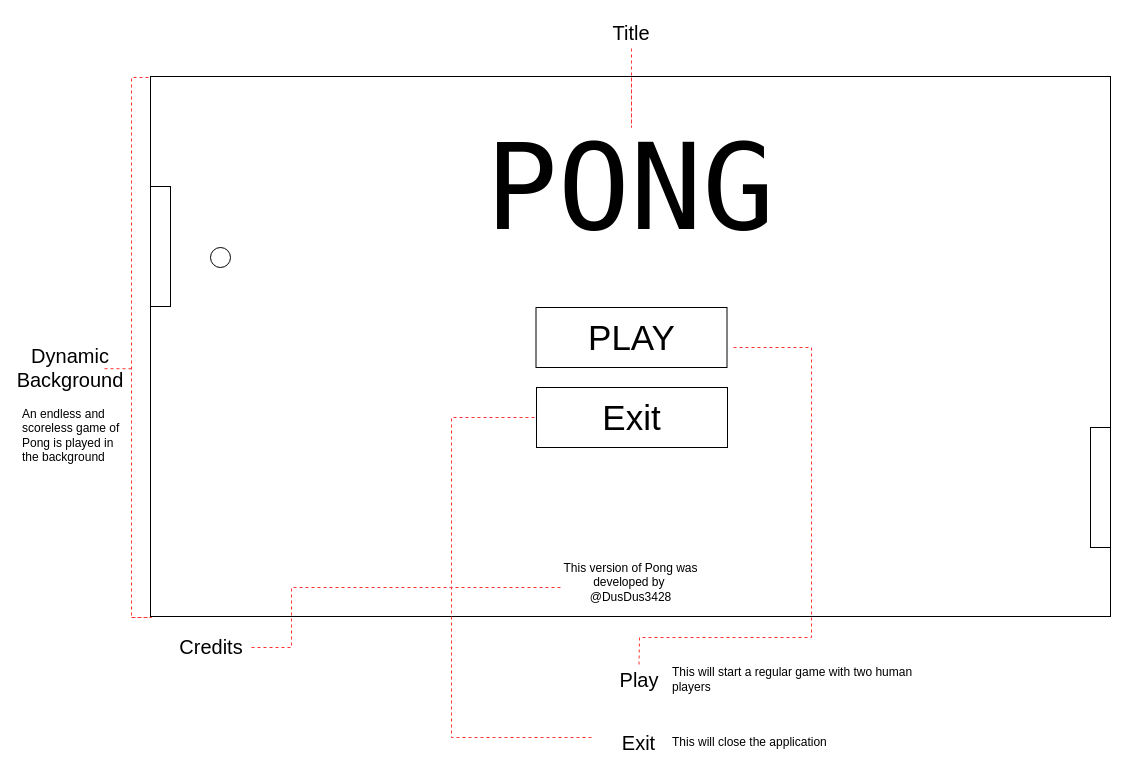
This is page "Start_Menu" (1 of 2) of _Diagram/Game_Wireframe.drawio from DusDus3428/UE_PaddlePong, a draw.io file, before an edit. Source tidied: cells renumbered, new cells numbered last; positions are measured from the earlier drawing's top-left corner, leaving out a move shared by most shapes. Both pictures are drawn from the tidied source at 100%, with x=0, y=0 at pixel (20, 17).
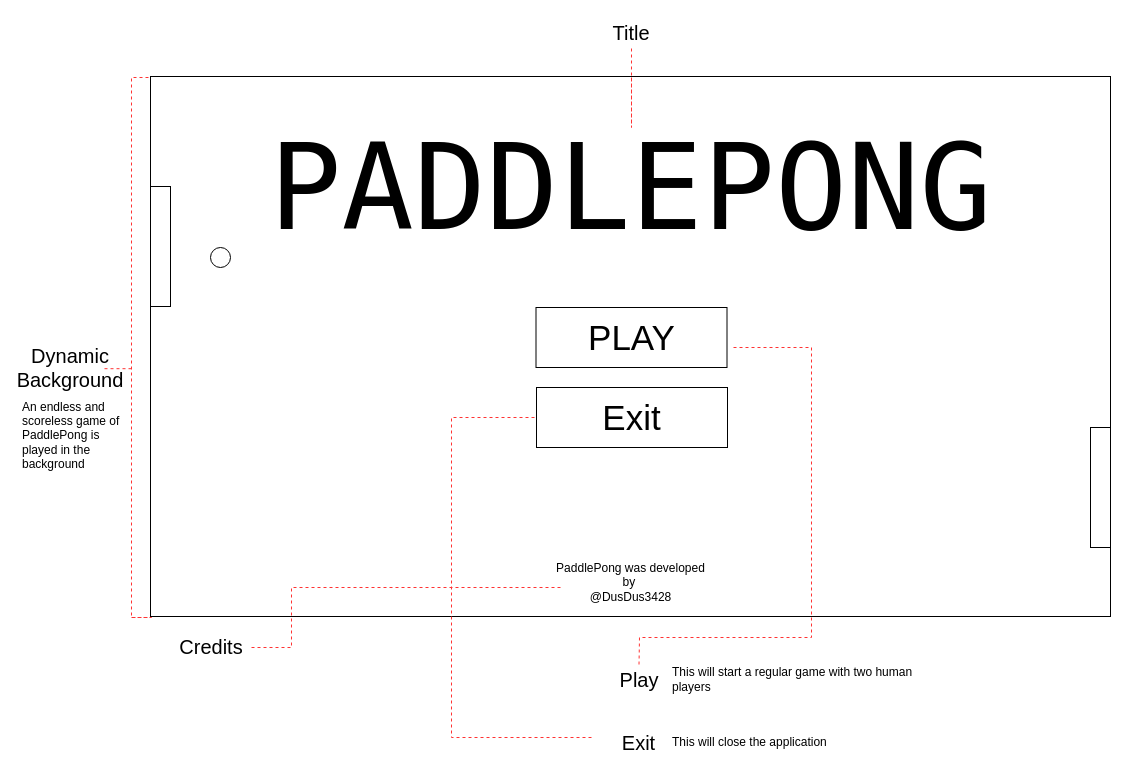
The same page after the edit.

What changed in the source:
```diff
@@
-    <mxCell id="6" value="&lt;font style=&quot;font-size: 120px;&quot; face=&quot;Lucida Console&quot;&gt;PONG&lt;/font&gt;" style="text;html=1;whiteSpace=wrap;strokeColor=none;fillColor=none;align=center;verticalAlign=middle;rounded=0;" parent="1" vertex="1">
-      <mxGeometry x="480" y="110" width="260" height="120" as="geometry" />
+    <mxCell id="6" value="&lt;font style=&quot;font-size: 120px;&quot; face=&quot;Lucida Console&quot;&gt;PADDLEPONG&lt;/font&gt;" style="text;html=1;whiteSpace=wrap;strokeColor=none;fillColor=none;align=center;verticalAlign=middle;rounded=0;" parent="1" vertex="1">
+      <mxGeometry x="495.5" y="110" width="229" height="120" as="geometry" />
     </mxCell>
@@
-    <mxCell id="20" value="An endless and scoreless game of Pong is played in the background" style="text;html=1;whiteSpace=wrap;strokeColor=none;fillColor=none;align=left;verticalAlign=middle;rounded=0;" parent="1" vertex="1">
+    <mxCell id="20" value="An endless and scoreless game of PaddlePong is played in the background" style="text;html=1;whiteSpace=wrap;strokeColor=none;fillColor=none;align=left;verticalAlign=middle;rounded=0;" parent="1" vertex="1">
       <mxGeometry x="0.2" y="370" width="99.5" height="95" as="geometry" />
     </mxCell>
-    <mxCell id="21" value="This version of Pong was developed by&amp;nbsp;&lt;div&gt;@DusDus3428&lt;/div&gt;" style="text;html=1;whiteSpace=wrap;strokeColor=none;fillColor=none;align=center;verticalAlign=middle;rounded=0;" parent="1" vertex="1">
+    <mxCell id="21" value="PaddlePong was developed by&amp;nbsp;&lt;div&gt;@DusDus3428&lt;/div&gt;" style="text;html=1;whiteSpace=wrap;strokeColor=none;fillColor=none;align=center;verticalAlign=middle;rounded=0;" parent="1" vertex="1">
       <mxGeometry x="529.5" y="550" width="161" height="30" as="geometry" />
     </mxCell>
```
